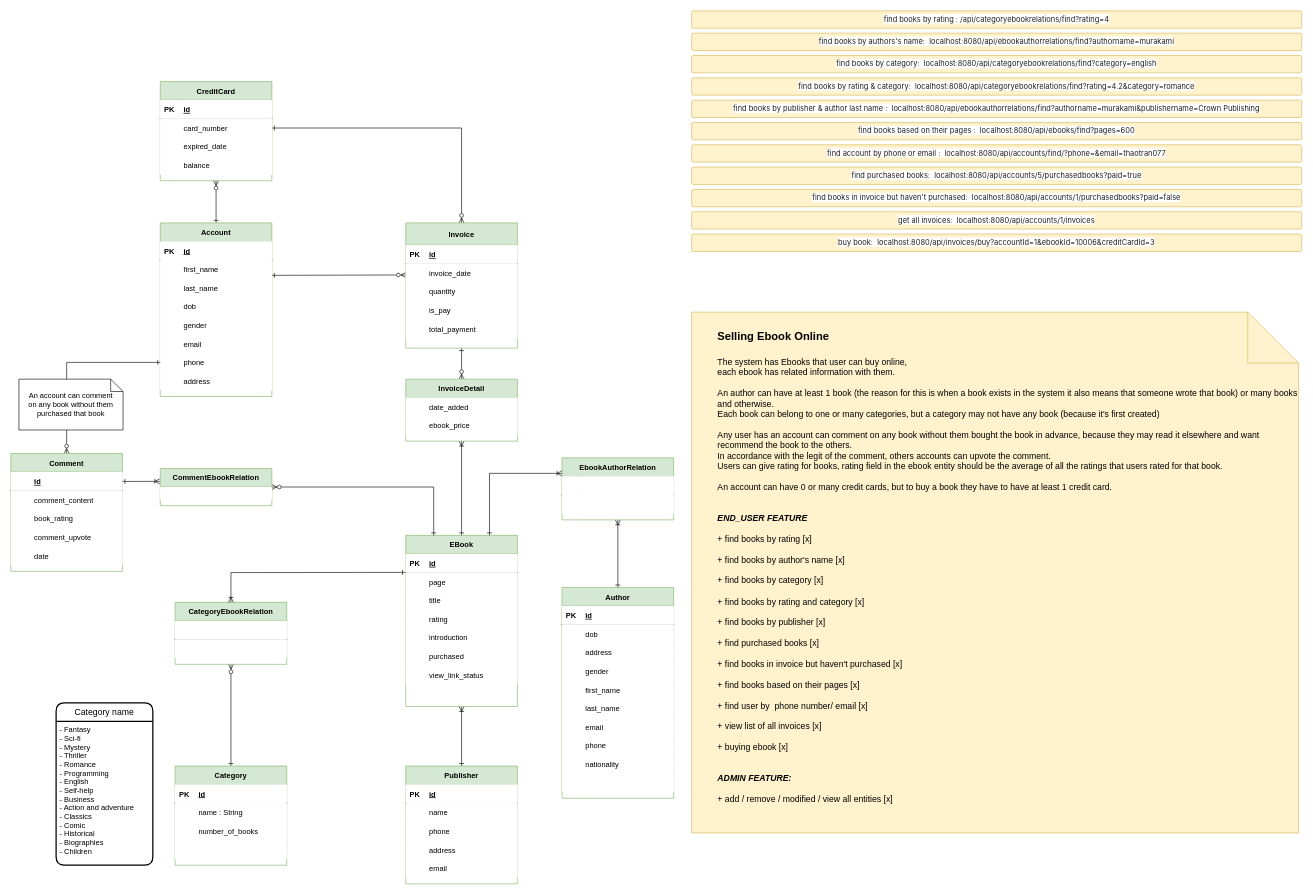
TongVu/Axon keeps this draw.io diagram as SourceCode/Postgres/Query/ERD/Drawio/SellingBookOnline.drawio. Above is the earlier version. Source tidied: cells renumbered, new cells numbered last; positions are measured from the earlier drawing's top-left corner, leaving out a move shared by most shapes. Both pictures are drawn from the tidied source at 62%, with x=0, y=0 at pixel (11, 11).
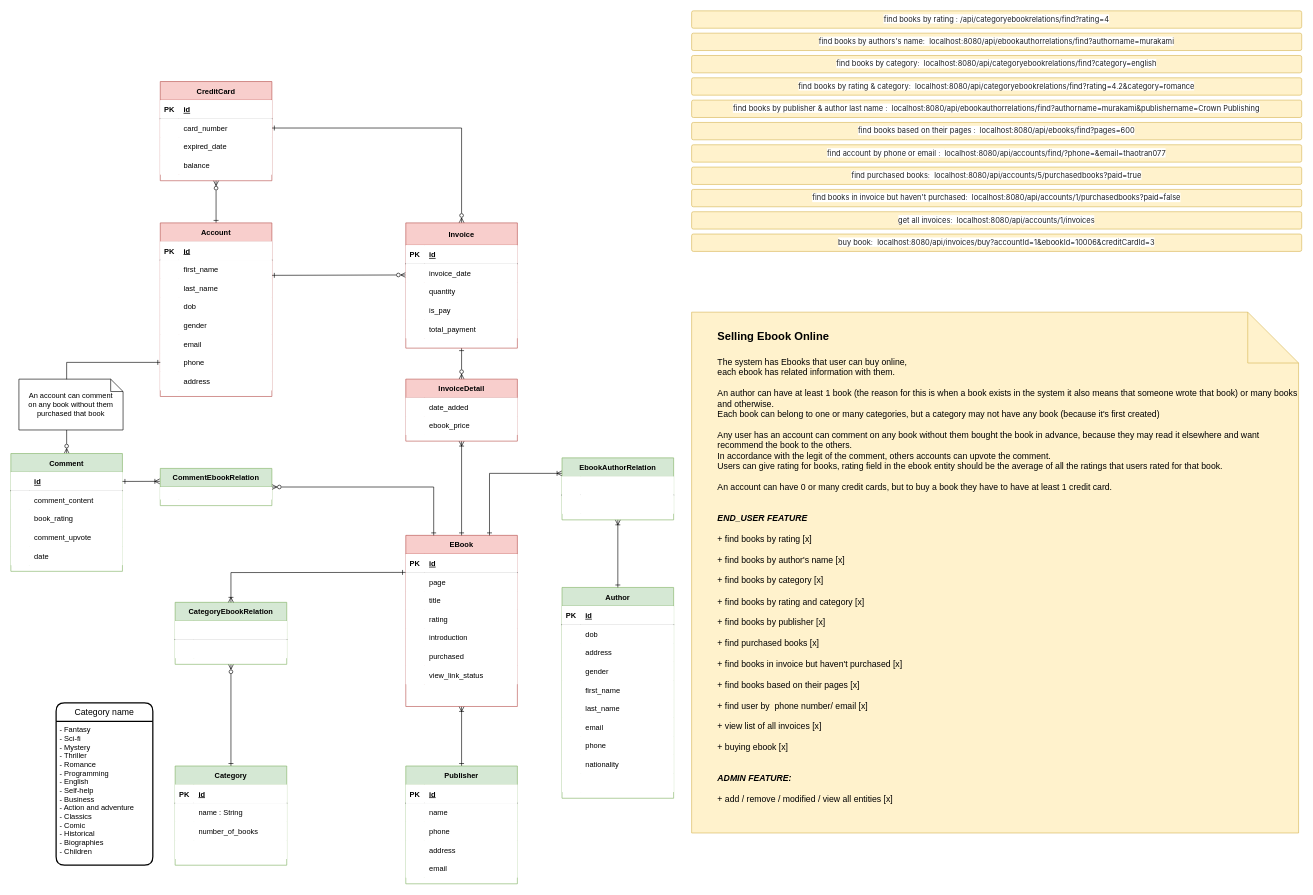
Above is the later version.

The edit, as a diff of the source:
```diff
@@
-    <mxCell id="3" value="EBook" style="shape=table;startSize=30;childLayout=tableLayout;rowLines=0;fontStyle=1;align=center;fillColor=#d5e8d4;strokeColor=#82b366;" parent="1" vertex="1">
+    <mxCell id="3" value="EBook" style="shape=table;startSize=30;childLayout=tableLayout;rowLines=0;fontStyle=1;align=center;fillColor=#f8cecc;strokeColor=#b85450;" parent="1" vertex="1">
       <mxGeometry x="637" y="846" width="180" height="276" as="geometry" />
     </mxCell>
@@
-    <mxCell id="27" value="Account" style="shape=table;startSize=30;childLayout=tableLayout;rowLines=0;fontStyle=1;align=center;fillColor=#d5e8d4;strokeColor=#82b366;" parent="1" vertex="1">
+    <mxCell id="27" value="Account" style="shape=table;startSize=30;childLayout=tableLayout;rowLines=0;fontStyle=1;align=center;fillColor=#f8cecc;strokeColor=#b85450;" parent="1" vertex="1">
       <mxGeometry x="241" y="342" width="180" height="280" as="geometry" />
     </mxCell>
@@
-    <mxCell id="85" value="Invoice" style="shape=table;startSize=36;childLayout=tableLayout;rowLines=0;fontStyle=1;align=center;fillColor=#d5e8d4;strokeColor=#82b366;" parent="1" vertex="1">
+    <mxCell id="85" value="Invoice" style="shape=table;startSize=36;childLayout=tableLayout;rowLines=0;fontStyle=1;align=center;fillColor=#f8cecc;strokeColor=#b85450;" parent="1" vertex="1">
       <mxGeometry x="637" y="342" width="180" height="202" as="geometry" />
     </mxCell>
@@
-    <mxCell id="131" value="CreditCard" style="shape=table;startSize=30;childLayout=tableLayout;rowLines=0;fontStyle=1;align=center;fillColor=#d5e8d4;strokeColor=#82b366;" parent="1" vertex="1">
+    <mxCell id="131" value="CreditCard" style="shape=table;startSize=30;childLayout=tableLayout;rowLines=0;fontStyle=1;align=center;fillColor=#f8cecc;strokeColor=#b85450;" parent="1" vertex="1">
       <mxGeometry x="241" y="114" width="180" height="160" as="geometry" />
     </mxCell>
@@
-    <mxCell id="162" value="InvoiceDetail" style="shape=table;startSize=30;childLayout=tableLayout;rowLines=0;fontStyle=1;align=center;fillColor=#d5e8d4;strokeColor=#82b366;" parent="1" vertex="1">
+    <mxCell id="162" value="InvoiceDetail" style="shape=table;startSize=30;childLayout=tableLayout;rowLines=0;fontStyle=1;align=center;fillColor=#f8cecc;strokeColor=#b85450;" parent="1" vertex="1">
       <mxGeometry x="637" y="594" width="180" height="100" as="geometry" />
     </mxCell>
```
